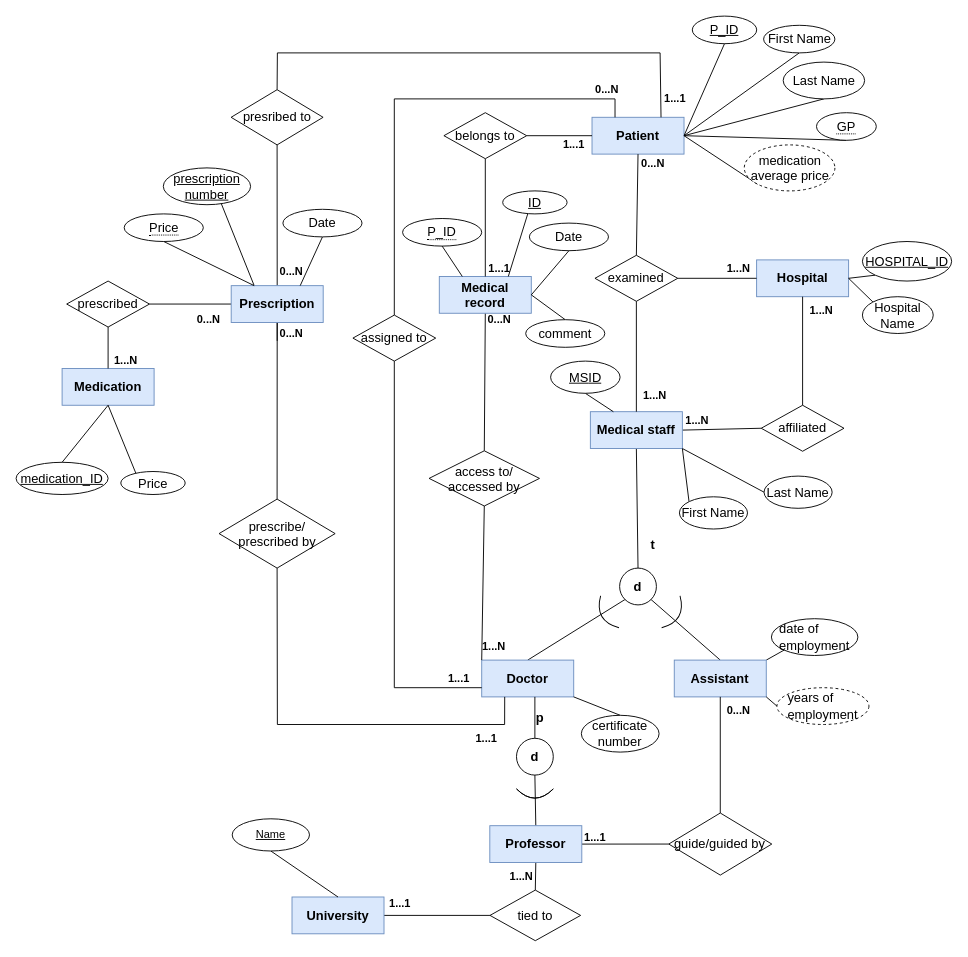
Before: Untitled Diagram.drawio in fragolaTJ/TTtrak, a draw.io diagram. Source tidied: cells renumbered, new cells numbered last; positions are measured from the earlier drawing's top-left corner, leaving out a move shared by most shapes. Both pictures are drawn from the tidied source at 92%, with x=0, y=0 at pixel (16, 16).
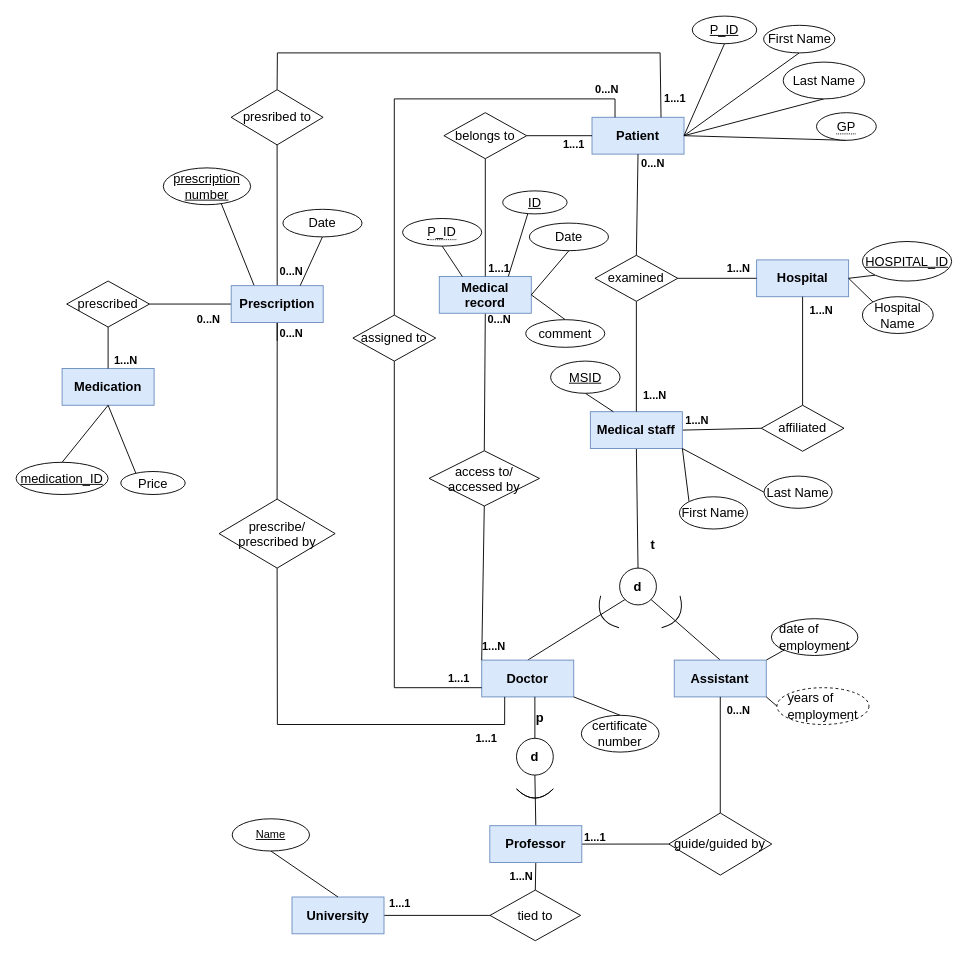
The same diagram, later.

The change refers to these unchanged cells:
```xml
<mxCell id="2" value="&lt;b&gt;&lt;font style=&quot;font-size: 14px;&quot;&gt;Patient&lt;/font&gt;&lt;/b&gt;" style="whiteSpace=wrap;html=1;align=center;fillColor=#dae8fc;strokeColor=#6c8ebf;" parent="1" vertex="1">
  <mxGeometry x="626" y="110" width="100" height="40" as="geometry" />
</mxCell>
<mxCell id="98" value="&lt;b&gt;&lt;font style=&quot;font-size: 14px;&quot;&gt;Prescription&lt;/font&gt;&lt;/b&gt;" style="whiteSpace=wrap;html=1;align=center;fillColor=#dae8fc;strokeColor=#6c8ebf;" parent="1" vertex="1">
  <mxGeometry x="233.8" y="293" width="100" height="40" as="geometry" />
</mxCell>
```

Diff of the diagram source:
```diff
@@
-    <mxCell id="102" style="edgeStyle=none;rounded=0;jettySize=auto;html=1;exitX=0;exitY=1;exitDx=0;exitDy=0;entryX=1;entryY=0.5;entryDx=0;entryDy=0;endArrow=none;endFill=0;" parent="1" edge="1" source="103" target="2">
-      <mxGeometry relative="1" as="geometry" />
-    </mxCell>
-    <mxCell id="103" value="&lt;font style=&quot;font-size: 14px;&quot;&gt;medication average price&lt;/font&gt;" style="ellipse;whiteSpace=wrap;html=1;align=center;dashed=1;" parent="1" vertex="1">
-      <mxGeometry x="791.5" y="140" width="98.5" height="50" as="geometry" />
-    </mxCell>
@@
-    <mxCell id="111" style="rounded=0;jettySize=auto;html=1;exitX=0.5;exitY=1;exitDx=0;exitDy=0;entryX=0.25;entryY=0;entryDx=0;entryDy=0;endArrow=none;endFill=0;" parent="1" edge="1" source="112" target="98">
-      <mxGeometry relative="1" as="geometry" />
-    </mxCell>
-    <mxCell id="112" value="&lt;font style=&quot;font-size: 14px;&quot;&gt;&lt;span style=&quot;border-bottom: 1px dotted&quot;&gt;Price&lt;/span&gt;&lt;/font&gt;" style="ellipse;whiteSpace=wrap;html=1;align=center;" parent="1" vertex="1">
-      <mxGeometry x="117.5" y="215" width="86" height="30" as="geometry" />
-    </mxCell>
```
